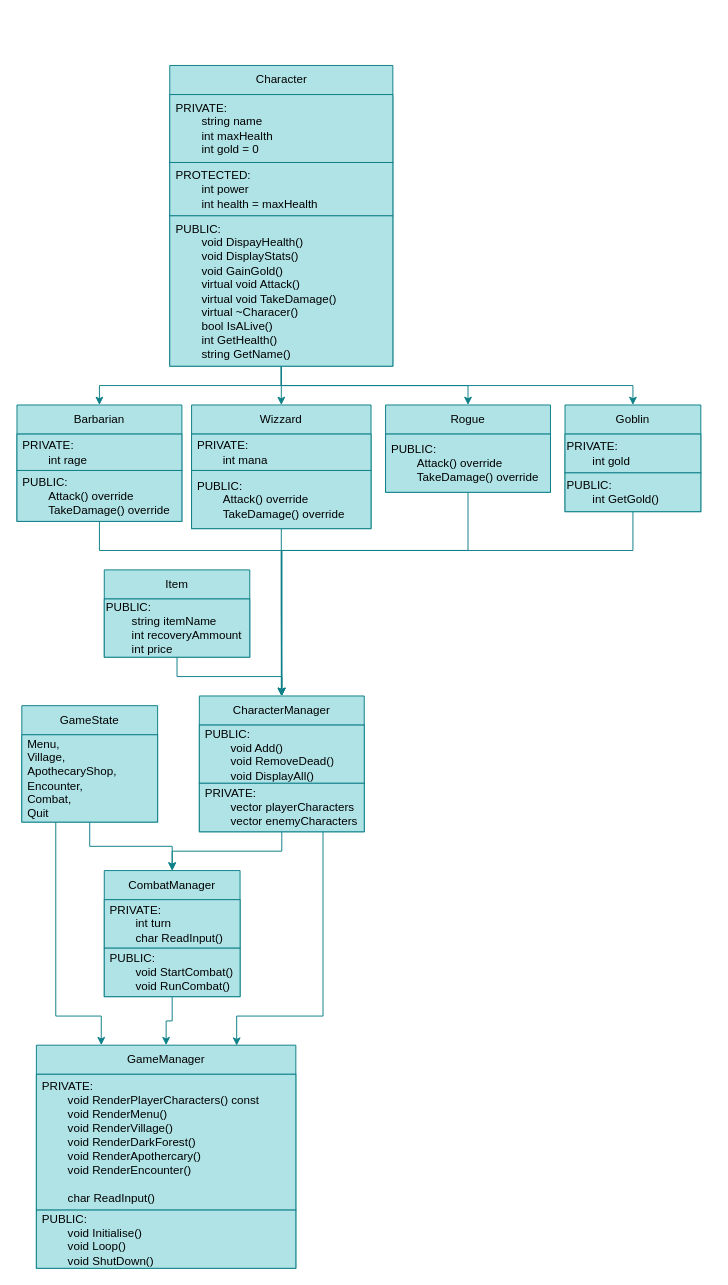
Edouard-Laffont/RPG-Console keeps this draw.io diagram as RPG Console.drawio. Above is the earlier version. Source tidied: cells renumbered, new cells numbered last; positions are measured from the earlier drawing's top-left corner, leaving out a move shared by most shapes. Both pictures are drawn from the tidied source at 97%, with x=0, y=0 at pixel (16, 65).
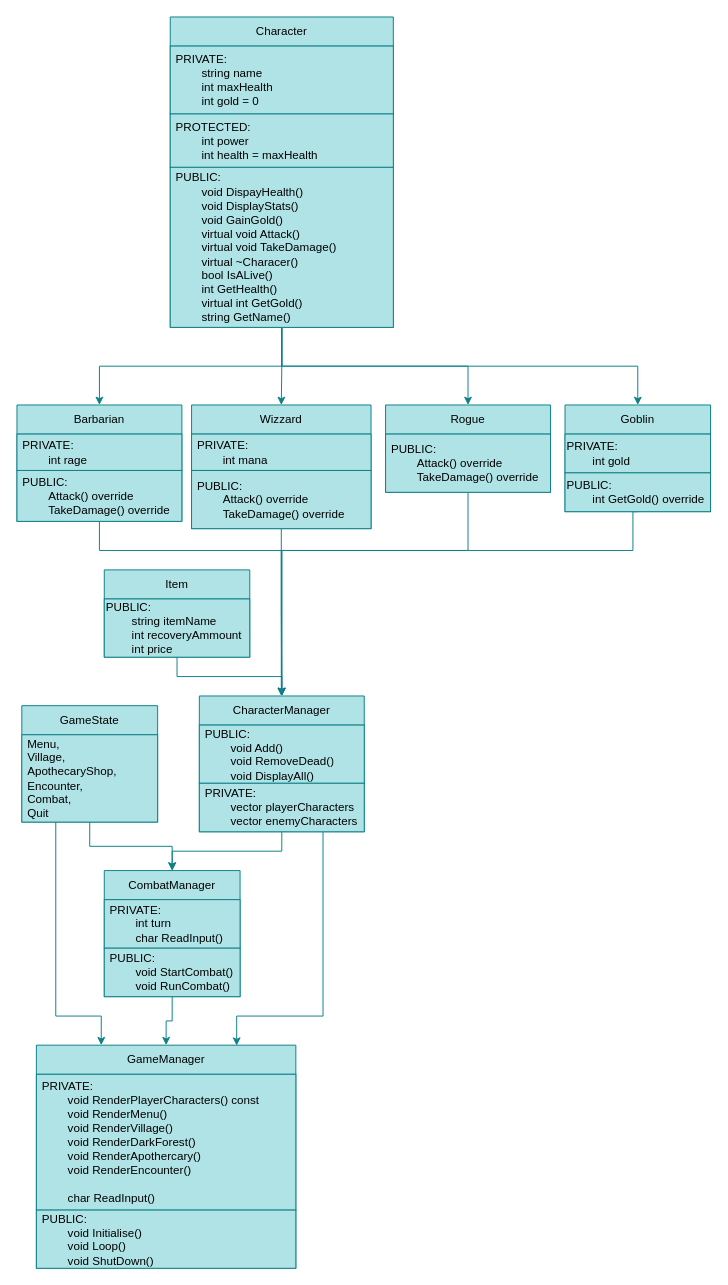
Above is the later version.

Commit message:
Mettre à jour RPG Console.drawio

The edit, as a diff of the source:
```diff
@@
     <mxCell id="6" value="Character" style="swimlane;fontStyle=0;horizontal=1;startSize=30;whiteSpace=wrap;html=1;fillColor=#b0e3e6;strokeColor=#0e8088;" parent="1" vertex="1">
-      <mxGeometry x="157.5" width="230" height="310" as="geometry" />
+      <mxGeometry x="158" y="-50" width="230" height="320" as="geometry" />
     </mxCell>
@@
-    <mxCell id="9" value="PUBLIC:&lt;div&gt;&lt;span style=&quot;white-space: pre;&quot;&gt;&#9;&lt;/span&gt;void DispayHealth()&lt;br&gt;&lt;/div&gt;&lt;div&gt;&lt;span style=&quot;white-space: pre;&quot;&gt;&#9;&lt;/span&gt;void DisplayStats()&lt;br&gt;&lt;/div&gt;&lt;div&gt;&lt;span style=&quot;white-space: pre;&quot;&gt;&#9;&lt;/span&gt;void GainGold()&lt;br&gt;&lt;/div&gt;&lt;div&gt;&lt;span style=&quot;white-space: pre;&quot;&gt;&#9;&lt;/span&gt;virtual void Attack()&lt;br&gt;&lt;/div&gt;&lt;div&gt;&lt;span style=&quot;white-space: pre;&quot;&gt;&#9;&lt;/span&gt;virtual void TakeDamage()&lt;br&gt;&lt;/div&gt;&lt;div&gt;&lt;span style=&quot;white-space: pre;&quot;&gt;&#9;&lt;/span&gt;virtual ~Characer()&lt;/div&gt;&lt;div&gt;&lt;span style=&quot;white-space: pre;&quot;&gt;&#9;&lt;/span&gt;bool IsALive()&lt;br&gt;&lt;/div&gt;&lt;div&gt;&lt;span style=&quot;white-space: pre;&quot;&gt;&#9;&lt;/span&gt;int GetHealth()&lt;br&gt;&lt;/div&gt;&lt;div&gt;&lt;span style=&quot;white-space: pre;&quot;&gt;&#9;&lt;/span&gt;string&amp;nbsp;GetName()&lt;/div&gt;" style="text;align=left;verticalAlign=middle;spacingLeft=4;spacingRight=4;overflow=hidden;whiteSpace=wrap;html=1;fillColor=#b0e3e6;strokeColor=#0e8088;" parent="6" vertex="1">
-      <mxGeometry y="155" width="230" height="155" as="geometry" />
+    <mxCell id="9" value="PUBLIC:&lt;div&gt;&lt;span style=&quot;white-space: pre;&quot;&gt;&#9;&lt;/span&gt;void DispayHealth()&lt;br&gt;&lt;/div&gt;&lt;div&gt;&lt;span style=&quot;white-space: pre;&quot;&gt;&#9;&lt;/span&gt;void DisplayStats()&lt;br&gt;&lt;/div&gt;&lt;div&gt;&lt;span style=&quot;white-space: pre;&quot;&gt;&#9;&lt;/span&gt;void GainGold()&lt;br&gt;&lt;/div&gt;&lt;div&gt;&lt;span style=&quot;white-space: pre;&quot;&gt;&#9;&lt;/span&gt;virtual void Attack()&lt;br&gt;&lt;/div&gt;&lt;div&gt;&lt;span style=&quot;white-space: pre;&quot;&gt;&#9;&lt;/span&gt;virtual void TakeDamage()&lt;br&gt;&lt;/div&gt;&lt;div&gt;&lt;span style=&quot;white-space: pre;&quot;&gt;&#9;&lt;/span&gt;virtual ~Characer()&lt;/div&gt;&lt;div&gt;&lt;span style=&quot;white-space: pre;&quot;&gt;&#9;&lt;/span&gt;bool IsALive()&lt;br&gt;&lt;/div&gt;&lt;div&gt;&lt;span style=&quot;white-space: pre;&quot;&gt;&#9;&lt;/span&gt;int GetHealth()&lt;br&gt;&lt;/div&gt;&lt;div&gt;&lt;span style=&quot;white-space: pre;&quot;&gt;&#9;&lt;/span&gt;virtual int GetGold()&lt;br&gt;&lt;/div&gt;&lt;div&gt;&lt;span style=&quot;white-space: pre;&quot;&gt;&#9;&lt;/span&gt;string&amp;nbsp;GetName()&lt;/div&gt;" style="text;align=left;verticalAlign=middle;spacingLeft=4;spacingRight=4;overflow=hidden;whiteSpace=wrap;html=1;fillColor=#b0e3e6;strokeColor=#0e8088;" parent="6" vertex="1">
+      <mxGeometry y="155" width="230" height="165" as="geometry" />
     </mxCell>
@@
     <mxCell id="34" value="Goblin" style="swimlane;fontStyle=0;horizontal=1;startSize=30;whiteSpace=wrap;html=1;fillColor=#b0e3e6;strokeColor=#0e8088;" parent="1" vertex="1">
-      <mxGeometry x="565" y="350" width="140" height="110" as="geometry" />
+      <mxGeometry x="565" y="350" width="150" height="110" as="geometry" />
     </mxCell>
     <mxCell id="35" value="PRIVATE:&lt;div&gt;&lt;span style=&quot;white-space: pre;&quot;&gt;&#9;&lt;/span&gt;int gold&lt;br&gt;&lt;/div&gt;" style="text;html=1;whiteSpace=wrap;align=left;verticalAlign=middle;rounded=0;fillColor=#b0e3e6;strokeColor=#0e8088;" parent="34" vertex="1">
-      <mxGeometry y="30" width="140" height="40" as="geometry" />
+      <mxGeometry y="30" width="150" height="40" as="geometry" />
     </mxCell>
-    <mxCell id="36" value="PUBLIC:&lt;div&gt;&lt;span style=&quot;white-space: pre;&quot;&gt;&#9;&lt;/span&gt;int GetGold()&lt;br&gt;&lt;/div&gt;" style="text;html=1;whiteSpace=wrap;align=left;verticalAlign=middle;rounded=0;fillColor=#b0e3e6;strokeColor=#0e8088;" parent="34" vertex="1">
-      <mxGeometry y="70" width="140" height="40" as="geometry" />
+    <mxCell id="36" value="PUBLIC:&lt;div&gt;&lt;span style=&quot;white-space: pre;&quot;&gt;&#9;&lt;/span&gt;int GetGold() override&lt;br&gt;&lt;/div&gt;" style="text;html=1;whiteSpace=wrap;align=left;verticalAlign=middle;rounded=0;fillColor=#b0e3e6;strokeColor=#0e8088;" parent="34" vertex="1">
+      <mxGeometry y="70" width="150" height="40" as="geometry" />
     </mxCell>
```
